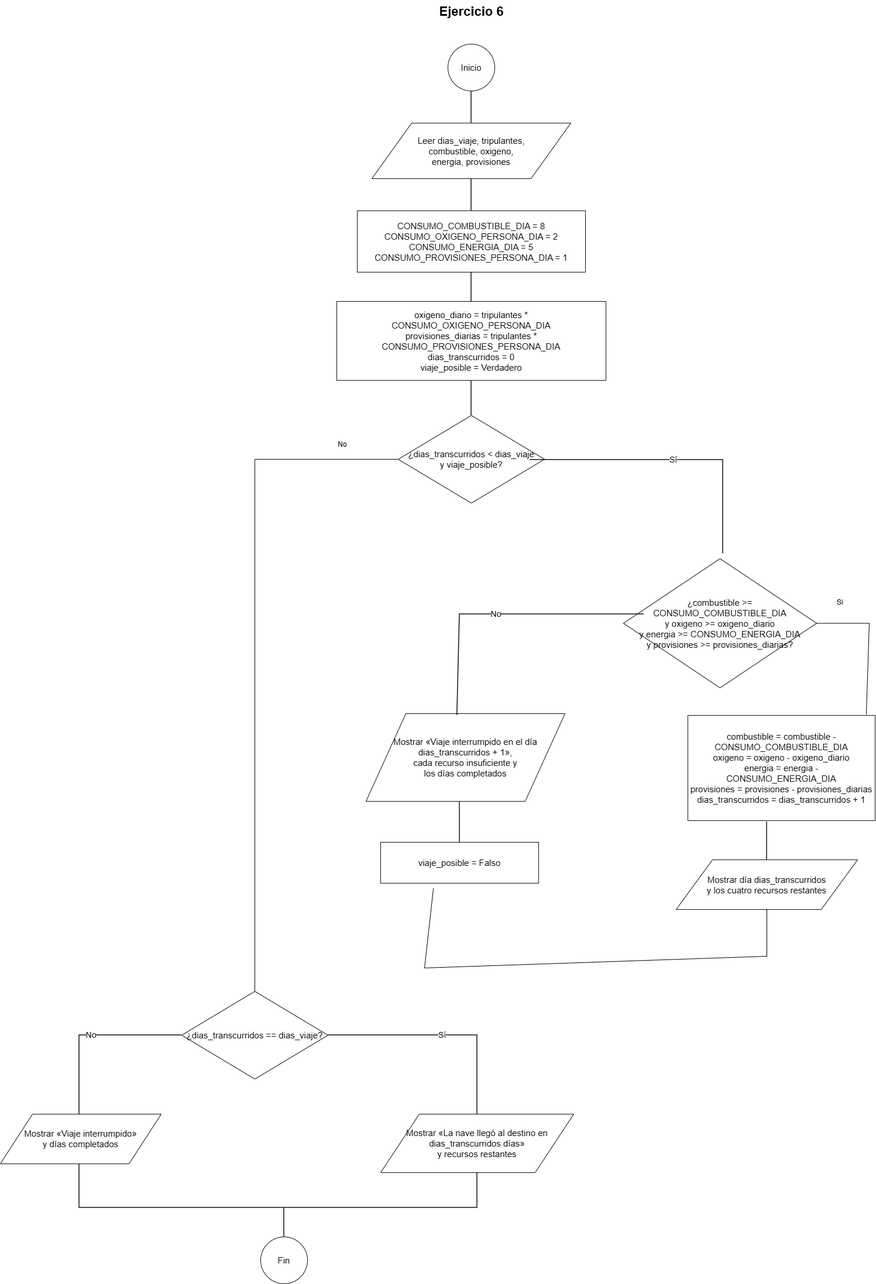
The draw.io diagram Ejercicio 6.drawio.png in DanielCorderoRamirez/Proyecto_final, before a commit. Source tidied: cells renumbered, new cells last; positions are measured from the earlier drawing's top-left corner, leaving out a move shared by most shapes.
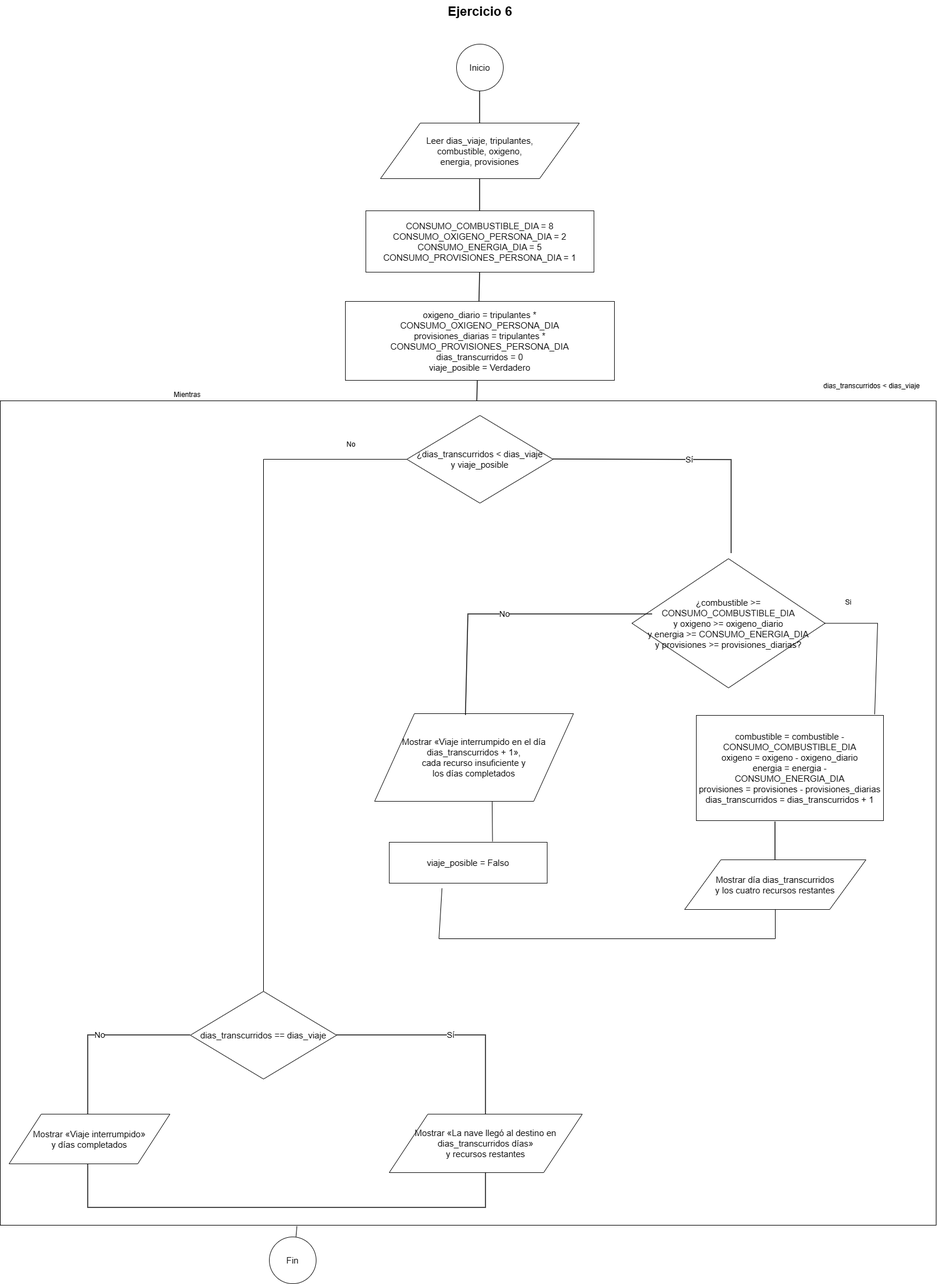
The same diagram one commit later.

Diff of the diagram source:
```diff
@@ -2,6 +2,9 @@
   <root>
     <mxCell id="0" />
     <mxCell id="1" parent="0" />
+    <mxCell id="34" style="rounded=0;whiteSpace=wrap;html=1;" parent="1" vertex="1">
+      <mxGeometry x="-15" y="685" width="1600" height="1410" as="geometry" />
+    </mxCell>
     <mxCell id="2" value="Ejercicio 6" style="text;html=1;strokeColor=none;fillColor=none;fontSize=22;fontStyle=1;align=center;" parent="1" vertex="1">
       <mxGeometry x="625" width="360" height="50" as="geometry" />
     </mxCell>
@@ -14,10 +17,7 @@
     <mxCell id="5" value="CONSUMO_COMBUSTIBLE_DIA = 8&lt;br&gt;CONSUMO_OXIGENO_PERSONA_DIA = 2&lt;br&gt;CONSUMO_ENERGIA_DIA = 5&lt;br&gt;CONSUMO_PROVISIONES_PERSONA_DIA = 1" style="rounded=0;whiteSpace=wrap;html=1;fillColor=#FFFFFF;strokeColor=#111111;fontColor=#111111;fontSize=15;align=center;verticalAlign=middle;" parent="1" vertex="1">
       <mxGeometry x="610" y="360" width="390" height="105" as="geometry" />
     </mxCell>
-    <mxCell id="6" value="oxigeno_diario = tripulantes * CONSUMO_OXIGENO_PERSONA_DIA&lt;br&gt;provisiones_diarias = tripulantes * CONSUMO_PROVISIONES_PERSONA_DIA&lt;br&gt;dias_transcurridos = 0&lt;br&gt;viaje_posible = Verdadero" style="rounded=0;whiteSpace=wrap;html=1;fillColor=#FFFFFF;strokeColor=#111111;fontColor=#111111;fontSize=15;align=center;verticalAlign=middle;" parent="1" vertex="1">
-      <mxGeometry x="575" y="515" width="460" height="135" as="geometry" />
-    </mxCell>
-    <mxCell id="7" value="¿dias_transcurridos &amp;lt; dias_viaje&lt;br&gt;y viaje_posible?" style="rhombus;perimeter=rhombusPerimeter;whiteSpace=wrap;html=1;fillColor=#FFFFFF;strokeColor=#111111;fontColor=#111111;fontSize=15;align=center;verticalAlign=middle;" parent="1" vertex="1">
+    <mxCell id="7" value="¿dias_transcurridos &amp;lt; dias_viaje&lt;br&gt;y viaje_posible" style="rhombus;perimeter=rhombusPerimeter;whiteSpace=wrap;html=1;fillColor=#FFFFFF;strokeColor=#111111;fontColor=#111111;fontSize=15;align=center;verticalAlign=middle;" parent="1" vertex="1">
       <mxGeometry x="680" y="710" width="250" height="150" as="geometry" />
     </mxCell>
     <mxCell id="8" value="¿combustible &amp;gt;= CONSUMO_COMBUSTIBLE_DIA&lt;br&gt;y oxigeno &amp;gt;= oxigeno_diario&lt;br&gt;y energia &amp;gt;= CONSUMO_ENERGIA_DIA&lt;br&gt;y provisiones &amp;gt;= provisiones_diarias?" style="rhombus;perimeter=rhombusPerimeter;whiteSpace=wrap;html=1;fillColor=#FFFFFF;strokeColor=#111111;fontColor=#111111;fontSize=15;align=center;verticalAlign=middle;" parent="1" vertex="1">
@@ -35,7 +35,7 @@
     <mxCell id="12" value="Mostrar día dias_transcurridos&lt;br&gt;y los cuatro recursos restantes" style="shape=parallelogram;perimeter=parallelogramPerimeter;whiteSpace=wrap;html=1;fillColor=#FFFFFF;strokeColor=#111111;fontColor=#111111;fontSize=15;align=center;verticalAlign=middle;" parent="1" vertex="1">
       <mxGeometry x="1155" y="1470" width="310" height="85" as="geometry" />
     </mxCell>
-    <mxCell id="13" value="¿dias_transcurridos == dias_viaje?" style="rhombus;perimeter=rhombusPerimeter;whiteSpace=wrap;html=1;fillColor=#FFFFFF;strokeColor=#111111;fontColor=#111111;fontSize=15;align=center;verticalAlign=middle;" parent="1" vertex="1">
+    <mxCell id="13" value="dias_transcurridos == dias_viaje" style="rhombus;perimeter=rhombusPerimeter;whiteSpace=wrap;html=1;fillColor=#FFFFFF;strokeColor=#111111;fontColor=#111111;fontSize=15;align=center;verticalAlign=middle;" parent="1" vertex="1">
       <mxGeometry x="310" y="1695" width="250" height="150" as="geometry" />
     </mxCell>
     <mxCell id="14" value="Mostrar «Viaje interrumpido»&lt;br&gt;y días completados" style="shape=parallelogram;perimeter=parallelogramPerimeter;whiteSpace=wrap;html=1;fillColor=#FFFFFF;strokeColor=#111111;fontColor=#111111;fontSize=15;align=center;verticalAlign=middle;" parent="1" vertex="1">
@@ -59,21 +59,13 @@
         <mxPoint x="805" y="360" as="targetPoint" />
       </mxGeometry>
     </mxCell>
-    <mxCell id="19" style="endArrow=none;startArrow=none;html=1;rounded=0;edgeStyle=none;strokeColor=#111111;strokeWidth=1.5;fontSize=14;labelBackgroundColor=#FFFFFF;" parent="1" edge="1">
+    <mxCell id="19" style="endArrow=none;startArrow=none;html=1;rounded=0;edgeStyle=none;strokeColor=#111111;strokeWidth=1.5;fontSize=14;labelBackgroundColor=#FFFFFF;" parent="1" edge="1" target="34">
       <mxGeometry relative="1" as="geometry">
         <mxPoint x="805" y="465" as="sourcePoint" />
-        <mxPoint x="805" y="515" as="targetPoint" />
       </mxGeometry>
     </mxCell>
-    <mxCell id="20" style="endArrow=none;startArrow=none;html=1;rounded=0;edgeStyle=none;strokeColor=#111111;strokeWidth=1.5;fontSize=14;labelBackgroundColor=#FFFFFF;" parent="1" edge="1">
-      <mxGeometry relative="1" as="geometry">
-        <mxPoint x="805" y="650" as="sourcePoint" />
-        <mxPoint x="805" y="710" as="targetPoint" />
-      </mxGeometry>
-    </mxCell>
-    <mxCell id="21" value="Sí" style="endArrow=none;startArrow=none;html=1;rounded=0;edgeStyle=none;strokeColor=#111111;strokeWidth=1.5;fontSize=14;labelBackgroundColor=#FFFFFF;" parent="1" edge="1">
+    <mxCell id="21" value="Sí" style="endArrow=none;startArrow=none;html=1;rounded=0;edgeStyle=none;strokeColor=#111111;strokeWidth=1.5;fontSize=14;labelBackgroundColor=#FFFFFF;exitX=1;exitY=0.5;exitDx=0;exitDy=0;" parent="1" edge="1" source="7">
       <mxGeometry relative="1" as="geometry">
-        <mxPoint x="905" y="786" as="sourcePoint" />
         <mxPoint x="1235" y="946" as="targetPoint" />
         <Array as="points">
           <mxPoint x="1235" y="786" />
@@ -88,12 +80,6 @@
         </Array>
       </mxGeometry>
     </mxCell>
-    <mxCell id="23" style="endArrow=none;startArrow=none;html=1;rounded=0;edgeStyle=none;strokeColor=#111111;strokeWidth=1.5;fontSize=14;labelBackgroundColor=#FFFFFF;" parent="1" edge="1">
-      <mxGeometry relative="1" as="geometry">
-        <mxPoint x="785" y="1370" as="sourcePoint" />
-        <mxPoint x="785" y="1440" as="targetPoint" />
-      </mxGeometry>
-    </mxCell>
     <mxCell id="24" style="endArrow=none;startArrow=none;html=1;rounded=0;edgeStyle=none;strokeColor=#111111;strokeWidth=1.5;fontSize=14;labelBackgroundColor=#FFFFFF;" parent="1" edge="1">
       <mxGeometry relative="1" as="geometry">
         <mxPoint x="1310" y="1405" as="sourcePoint" />
@@ -119,9 +105,9 @@
       </mxGeometry>
     </mxCell>
     <mxCell id="27" style="endArrow=none;startArrow=none;html=1;rounded=0;edgeStyle=none;strokeColor=#111111;strokeWidth=1.5;fontSize=14;labelBackgroundColor=#FFFFFF;" parent="1" edge="1">
-      <mxGeometry relative="1" as="geometry">
+      <mxGeometry x="0.12" relative="1" as="geometry">
         <mxPoint x="135" y="1990" as="sourcePoint" />
-        <mxPoint x="485" y="2115" as="targetPoint" />
+        <mxPoint x="485" y="2065" as="targetPoint" />
         <Array as="points">
           <mxPoint x="135" y="2065" />
           <mxPoint x="485" y="2065" />
@@ -150,8 +136,8 @@
     <mxCell id="31" style="endArrow=none;html=1;rounded=0;defaultLabelBackgroundColor=page;labelPadding=0 4;exitX=0.334;exitY=1.126;exitDx=0;exitDy=0;exitPerimeter=0;entryX=0.5;entryY=1;entryDx=0;entryDy=0;" parent="1" edge="1" source="10" target="12">
       <mxGeometry x="0.01" relative="1" as="geometry">
         <Array as="points">
-          <mxPoint x="725" y="1655" />
-          <mxPoint x="1310" y="1635" />
+          <mxPoint x="735" y="1605" />
+          <mxPoint x="1310" y="1605" />
         </Array>
       </mxGeometry>
     </mxCell>
@@ -165,5 +151,20 @@
     <mxCell id="33" value="No" style="text;html=1;whiteSpace=wrap;strokeColor=none;fillColor=none;align=center;verticalAlign=middle;rounded=0;" parent="1" vertex="1">
       <mxGeometry x="555" y="745" width="60" height="30" as="geometry" />
     </mxCell>
+    <mxCell id="6" value="oxigeno_diario = tripulantes * CONSUMO_OXIGENO_PERSONA_DIA&lt;br&gt;provisiones_diarias = tripulantes * CONSUMO_PROVISIONES_PERSONA_DIA&lt;br&gt;dias_transcurridos = 0&lt;br&gt;viaje_posible = Verdadero" style="rounded=0;whiteSpace=wrap;html=1;fillColor=#FFFFFF;strokeColor=#111111;fontColor=#111111;fontSize=15;align=center;verticalAlign=middle;" parent="1" vertex="1">
+      <mxGeometry x="575" y="515" width="460" height="135" as="geometry" />
+    </mxCell>
+    <mxCell id="35" value="Mientras" style="text;html=1;whiteSpace=wrap;strokeColor=none;fillColor=none;align=center;verticalAlign=middle;rounded=0;" parent="1" vertex="1">
+      <mxGeometry x="275" y="660" width="60" height="30" as="geometry" />
+    </mxCell>
+    <mxCell id="36" style="endArrow=none;html=1;rounded=0;defaultLabelBackgroundColor=page;labelPadding=0 4;entryX=0.591;entryY=1.001;entryDx=0;entryDy=0;entryPerimeter=0;exitX=0.654;exitY=-0.019;exitDx=0;exitDy=0;exitPerimeter=0;" parent="1" edge="1" source="10" target="9">
+      <mxGeometry relative="1" as="geometry" />
+    </mxCell>
+    <mxCell id="37" style="endArrow=none;html=1;rounded=0;defaultLabelBackgroundColor=page;labelPadding=0 4;exitX=0.317;exitY=1.001;exitDx=0;exitDy=0;exitPerimeter=0;entryX=0.569;entryY=0;entryDx=0;entryDy=0;entryPerimeter=0;" parent="1" edge="1" source="34" target="16">
+      <mxGeometry relative="1" as="geometry" />
+    </mxCell>
+    <mxCell id="38" value="dias_transcurridos &amp;lt; dias_viaje" style="text;html=1;whiteSpace=wrap;strokeColor=none;fillColor=none;align=center;verticalAlign=middle;rounded=0;" parent="1" vertex="1">
+      <mxGeometry x="1375" y="645" width="200" height="30" as="geometry" />
+    </mxCell>
   </root>
 </mxGraphModel>
```
